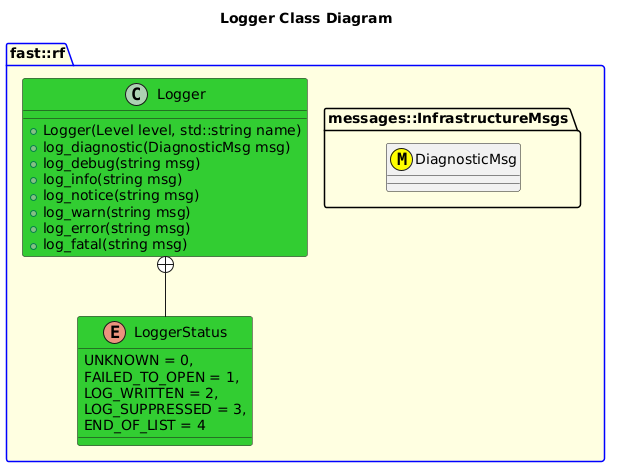
This is include/Infrastructure/doc/puml/LoggerClassDiagram.png from fastrobotics/robot_framework, a PlantUML export, as it was before one commit.
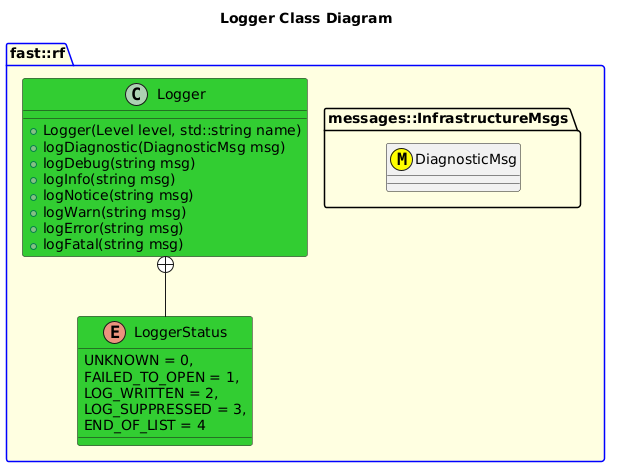
The same file after the commit.

Diff of the diagram source:
```diff
@@ -13,13 +13,13 @@
     }
     class Logger #LimeGreen {
         +Logger(Level level, std::string name)
-        +log_diagnostic(DiagnosticMsg msg)
-        +log_debug(string msg)
-        +log_info(string msg)
-        +log_notice(string msg)
-        +log_warn(string msg)
-        +log_error(string msg)
-        +log_fatal(string msg)
+        +logDiagnostic(DiagnosticMsg msg)
+        +logDebug(string msg)
+        +logInfo(string msg)
+        +logNotice(string msg)
+        +logWarn(string msg)
+        +logError(string msg)
+        +logFatal(string msg)
     }
     Logger +-- LoggerStatus
 }
```
